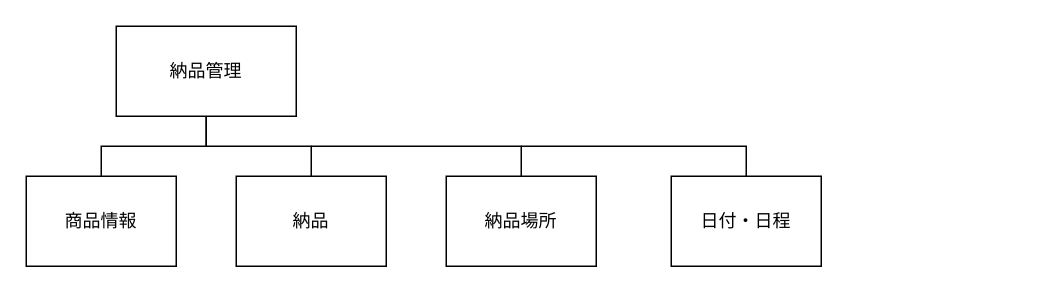
The draw.io diagram サブシステム構造図/納品管理.drawio in Yamanin3/system-devel, before the edit. Source tidied: cells renumbered, new cells numbered last; positions are measured from the earlier drawing's top-left corner, leaving out a move shared by most shapes. Both pictures are drawn from the tidied source at 150%, with x=0, y=0 at pixel (26, 26).
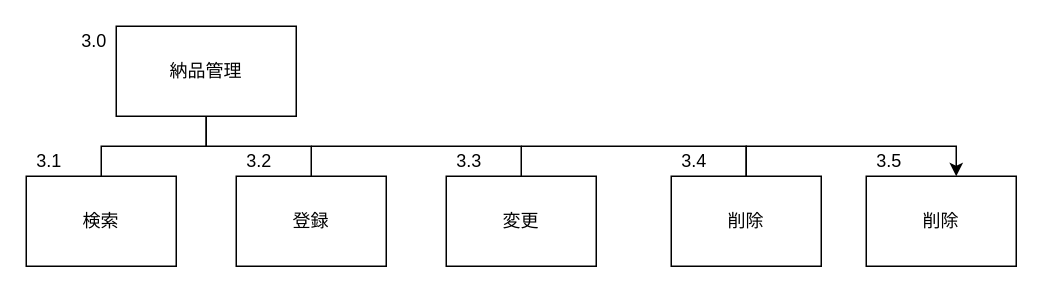
After the change.

Diff of the diagram source:
```diff
@@
-    <mxCell id="3" value="納品" style="whiteSpace=wrap;html=1;align=center;verticalAlign=middle;" parent="1" vertex="1">
+    <mxCell id="3" value="登録" style="whiteSpace=wrap;html=1;align=center;verticalAlign=middle;" parent="1" vertex="1">
       <mxGeometry x="140" y="100" width="100" height="60" as="geometry" />
     </mxCell>
@@
-    <mxCell id="5" value="納品場所" style="whiteSpace=wrap;html=1;align=center;verticalAlign=middle;" parent="1" vertex="1">
+    <mxCell id="5" value="変更" style="whiteSpace=wrap;html=1;align=center;verticalAlign=middle;" parent="1" vertex="1">
       <mxGeometry x="280" y="100" width="100" height="60" as="geometry" />
     </mxCell>
@@
+    <mxCell id="11" style="edgeStyle=orthogonalEdgeStyle;rounded=0;jettySize=auto;html=1;" parent="1" edge="1" source="7" target="12">
+      <mxGeometry relative="1" as="geometry">
+        <Array as="points">
+          <mxPoint x="480" y="80" />
+          <mxPoint x="620" y="80" />
+        </Array>
+      </mxGeometry>
+    </mxCell>
-    <mxCell id="7" value="日付・日程" style="whiteSpace=wrap;html=1;align=center;verticalAlign=middle;" parent="1" vertex="1">
+    <mxCell id="7" value="削除" style="whiteSpace=wrap;html=1;align=center;verticalAlign=middle;" parent="1" vertex="1">
       <mxGeometry x="430" y="100" width="100" height="60" as="geometry" />
     </mxCell>
+    <mxCell id="12" value="削除" style="whiteSpace=wrap;html=1;align=center;verticalAlign=middle;" parent="1" vertex="1">
+      <mxGeometry x="560" y="100" width="100" height="60" as="geometry" />
+    </mxCell>
@@
-    <mxCell id="9" value="商品情報" style="whiteSpace=wrap;html=1;align=center;verticalAlign=middle;" parent="1" vertex="1">
+    <mxCell id="9" value="検索" style="whiteSpace=wrap;html=1;align=center;verticalAlign=middle;" parent="1" vertex="1">
       <mxGeometry y="100" width="100" height="60" as="geometry" />
     </mxCell>
@@
+    <mxCell id="13" value="3.0" style="text;html=1;align=center;verticalAlign=middle;fillColor=none;strokeColor=none;rounded=0;" parent="1" vertex="1">
+      <mxGeometry x="30" width="30" height="20" as="geometry" />
+    </mxCell>
+    <mxCell id="14" value="3.1" style="text;html=1;align=center;verticalAlign=middle;fillColor=none;strokeColor=none;rounded=0;" parent="1" vertex="1">
+      <mxGeometry y="80" width="30" height="20" as="geometry" />
+    </mxCell>
+    <mxCell id="15" value="3.2" style="text;html=1;align=center;verticalAlign=middle;fillColor=none;strokeColor=none;rounded=0;" parent="1" vertex="1">
+      <mxGeometry x="140" y="80" width="30" height="20" as="geometry" />
+    </mxCell>
+    <mxCell id="16" value="3.3" style="text;html=1;align=center;verticalAlign=middle;fillColor=none;strokeColor=none;rounded=0;" parent="1" vertex="1">
+      <mxGeometry x="280" y="80" width="30" height="20" as="geometry" />
+    </mxCell>
+    <mxCell id="17" value="3.4" style="text;html=1;align=center;verticalAlign=middle;fillColor=none;strokeColor=none;rounded=0;" parent="1" vertex="1">
+      <mxGeometry x="430" y="80" width="30" height="20" as="geometry" />
+    </mxCell>
+    <mxCell id="18" value="3.5" style="text;html=1;align=center;verticalAlign=middle;fillColor=none;strokeColor=none;rounded=0;" parent="1" vertex="1">
+      <mxGeometry x="560" y="80" width="30" height="20" as="geometry" />
+    </mxCell>
```
